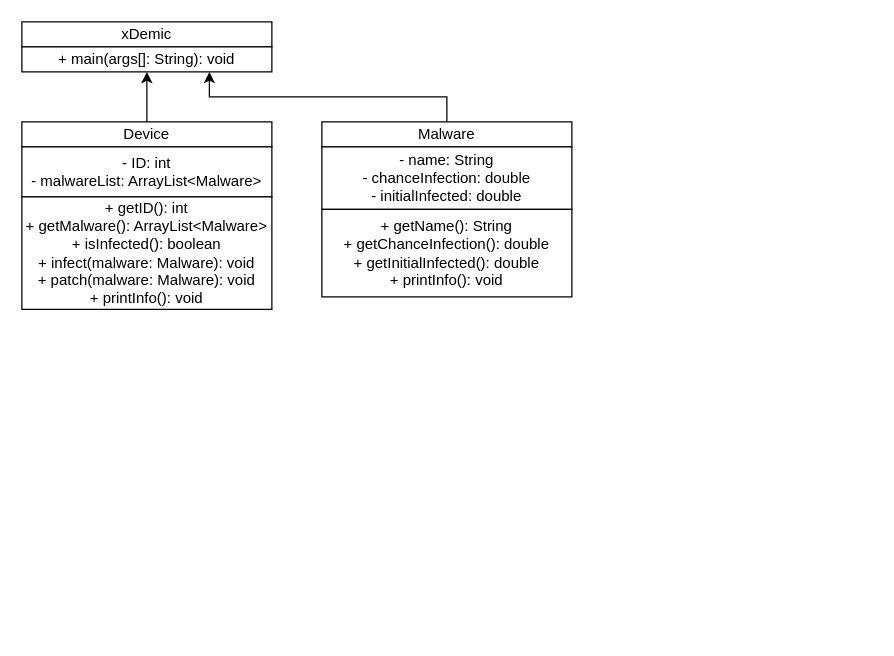
This is xDemic/doc/uml.drawio from JakobH3/xDemic, a draw.io file, before an edit. Source tidied: cells renumbered, new cells numbered last; positions are measured from the earlier drawing's top-left corner, leaving out a move shared by most shapes. Both pictures are drawn from the tidied source at 125%, with x=0, y=0 at pixel (21, 21).
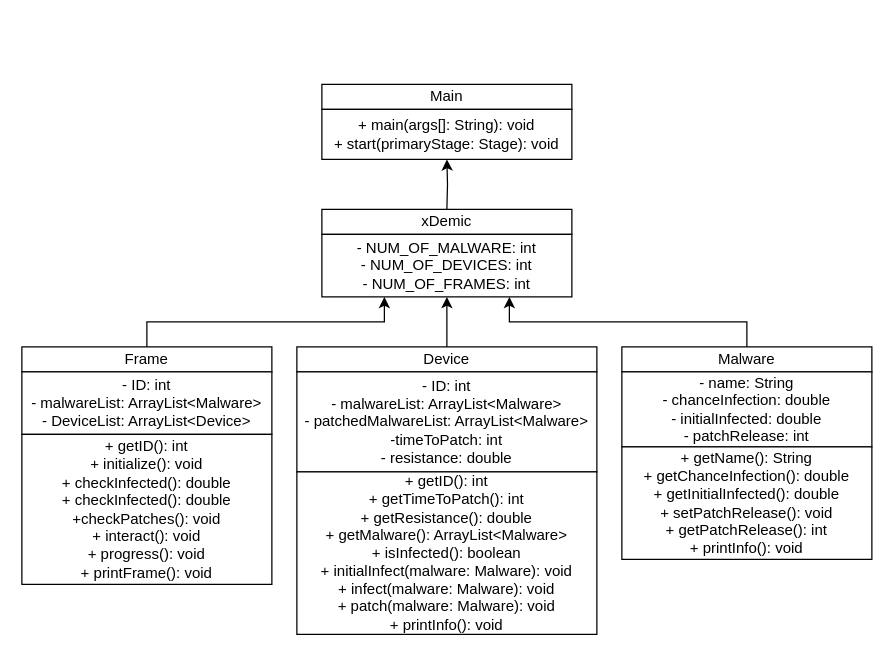
After the change.

Change to the diagram source:
```diff
@@
     <mxCell id="2" value="xDemic" style="rounded=0;whiteSpace=wrap;html=1;" parent="1" vertex="1">
-      <mxGeometry width="200" height="20" as="geometry" />
+      <mxGeometry x="240" y="150" width="200" height="20" as="geometry" />
     </mxCell>
-    <mxCell id="3" value="+ main(args[]: String): void" style="rounded=0;whiteSpace=wrap;html=1;" parent="1" vertex="1">
-      <mxGeometry y="20" width="200" height="20" as="geometry" />
+    <mxCell id="3" value="- NUM_OF_MALWARE: int&lt;br&gt;- NUM_OF_DEVICES: int&lt;br&gt;- NUM_OF_FRAMES: int" style="rounded=0;whiteSpace=wrap;html=1;" parent="1" vertex="1">
+      <mxGeometry x="240" y="170" width="200" height="50" as="geometry" />
     </mxCell>
-    <mxCell id="4" style="edgeStyle=orthogonalEdgeStyle;rounded=0;jettySize=auto;html=1;" parent="1" edge="1" source="5">
-      <mxGeometry relative="1" as="geometry">
-        <mxPoint x="100" y="40" as="targetPoint" />
-      </mxGeometry>
-    </mxCell>
+    <mxCell id="12" style="edgeStyle=orthogonalEdgeStyle;rounded=0;jettySize=auto;html=1;exitX=0.5;exitY=0;exitDx=0;exitDy=0;entryX=0.5;entryY=1;entryDx=0;entryDy=0;" parent="1" edge="1" source="5" target="3">
+      <mxGeometry relative="1" as="geometry" />
+    </mxCell>
     <mxCell id="5" value="Device" style="rounded=0;whiteSpace=wrap;html=1;" parent="1" vertex="1">
-      <mxGeometry y="80" width="200" height="20" as="geometry" />
+      <mxGeometry x="220" y="260" width="240" height="20" as="geometry" />
     </mxCell>
-    <mxCell id="6" value="- ID: int&lt;br&gt;- malwareList: ArrayList&amp;lt;Malware&amp;gt;" style="rounded=0;whiteSpace=wrap;html=1;" parent="1" vertex="1">
-      <mxGeometry y="100" width="200" height="40" as="geometry" />
+    <mxCell id="6" value="- ID: int&lt;br&gt;- malwareList: ArrayList&amp;lt;Malware&amp;gt;&lt;br&gt;- patchedMalwareList: ArrayList&amp;lt;Malware&amp;gt;&lt;br&gt;-timeToPatch: int&lt;br&gt;- resistance: double" style="rounded=0;whiteSpace=wrap;html=1;" parent="1" vertex="1">
+      <mxGeometry x="220" y="280" width="240" height="80" as="geometry" />
     </mxCell>
-    <mxCell id="7" value="+ getID(): int&lt;br&gt;+ getMalware(): ArrayList&amp;lt;Malware&amp;gt;&lt;br&gt;+ isInfected(): boolean&lt;br&gt;+ infect(malware: Malware): void&lt;br&gt;+ patch(malware: Malware): void&lt;br&gt;+ printInfo(): void" style="rounded=0;whiteSpace=wrap;html=1;" parent="1" vertex="1">
-      <mxGeometry y="140" width="200" height="90" as="geometry" />
+    <mxCell id="7" value="+ getID(): int&lt;br&gt;+ getTimeToPatch(): int&lt;br&gt;+ getResistance(): double&lt;br&gt;+ getMalware(): ArrayList&amp;lt;Malware&amp;gt;&lt;br&gt;+ isInfected(): boolean&lt;br&gt;+ initialInfect(malware: Malware): void&lt;br&gt;+ infect(malware: Malware): void&lt;br&gt;+ patch(malware: Malware): void&lt;br&gt;+ printInfo(): void" style="rounded=0;whiteSpace=wrap;html=1;" parent="1" vertex="1">
+      <mxGeometry x="220" y="360" width="240" height="130" as="geometry" />
     </mxCell>
     <mxCell id="8" style="edgeStyle=orthogonalEdgeStyle;rounded=0;jettySize=auto;html=1;entryX=0.75;entryY=1;entryDx=0;entryDy=0;" parent="1" edge="1" source="9" target="3">
       <mxGeometry relative="1" as="geometry">
         <Array as="points">
-          <mxPoint x="340" y="60" />
-          <mxPoint x="150" y="60" />
+          <mxPoint x="580" y="240" />
+          <mxPoint x="390" y="240" />
         </Array>
       </mxGeometry>
     </mxCell>
     <mxCell id="9" value="Malware" style="rounded=0;whiteSpace=wrap;html=1;" parent="1" vertex="1">
-      <mxGeometry x="240" y="80" width="200" height="20" as="geometry" />
+      <mxGeometry x="480" y="260" width="200" height="20" as="geometry" />
     </mxCell>
-    <mxCell id="10" value="- name: String&lt;br&gt;- chanceInfection: double&lt;br&gt;- initialInfected: double" style="rounded=0;whiteSpace=wrap;html=1;" parent="1" vertex="1">
-      <mxGeometry x="240" y="100" width="200" height="50" as="geometry" />
+    <mxCell id="10" value="- name: String&lt;br&gt;- chanceInfection: double&lt;br&gt;- initialInfected: double&lt;br&gt;- patchRelease: int" style="rounded=0;whiteSpace=wrap;html=1;" parent="1" vertex="1">
+      <mxGeometry x="480" y="280" width="200" height="60" as="geometry" />
     </mxCell>
-    <mxCell id="11" value="+ getName(): String&lt;br&gt;+ getChanceInfection(): double&lt;br&gt;+ getInitialInfected(): double&lt;br&gt;+ printInfo(): void" style="rounded=0;whiteSpace=wrap;html=1;" parent="1" vertex="1">
-      <mxGeometry x="240" y="150" width="200" height="70" as="geometry" />
+    <mxCell id="11" value="+ getName(): String&lt;br&gt;+ getChanceInfection(): double&lt;br&gt;+ getInitialInfected(): double&lt;br&gt;+ setPatchRelease(): void&lt;br&gt;+ getPatchRelease(): int&lt;br&gt;+ printInfo(): void" style="rounded=0;whiteSpace=wrap;html=1;" parent="1" vertex="1">
+      <mxGeometry x="480" y="340" width="200" height="90" as="geometry" />
     </mxCell>
+    <mxCell id="13" value="Main" style="rounded=0;whiteSpace=wrap;html=1;" parent="1" vertex="1">
+      <mxGeometry x="240" y="50" width="200" height="20" as="geometry" />
+    </mxCell>
+    <mxCell id="14" style="edgeStyle=orthogonalEdgeStyle;rounded=0;jettySize=auto;html=1;" parent="1" edge="1" target="15">
+      <mxGeometry relative="1" as="geometry">
+        <mxPoint x="340" y="150" as="sourcePoint" />
+      </mxGeometry>
+    </mxCell>
+    <mxCell id="15" value="+ main(args[]: String): void&lt;br&gt;+ start(primaryStage: Stage): void" style="rounded=0;whiteSpace=wrap;html=1;" parent="1" vertex="1">
+      <mxGeometry x="240" y="70" width="200" height="40" as="geometry" />
+    </mxCell>
+    <mxCell id="16" style="edgeStyle=orthogonalEdgeStyle;rounded=0;jettySize=auto;html=1;exitX=0.5;exitY=0;exitDx=0;exitDy=0;entryX=0.25;entryY=1;entryDx=0;entryDy=0;" parent="1" edge="1" source="17" target="3">
+      <mxGeometry relative="1" as="geometry" />
+    </mxCell>
+    <mxCell id="17" value="Frame" style="rounded=0;whiteSpace=wrap;html=1;" parent="1" vertex="1">
+      <mxGeometry y="260" width="200" height="20" as="geometry" />
+    </mxCell>
+    <mxCell id="18" value="- ID: int&lt;br&gt;- malwareList: ArrayList&amp;lt;Malware&amp;gt;&lt;br&gt;- DeviceList: ArrayList&amp;lt;Device&amp;gt;" style="rounded=0;whiteSpace=wrap;html=1;" parent="1" vertex="1">
+      <mxGeometry y="280" width="200" height="50" as="geometry" />
+    </mxCell>
+    <mxCell id="19" value="+ getID(): int&lt;br&gt;+ initialize(): void&lt;br&gt;+ checkInfected(): double&lt;br&gt;+ checkInfected(): double&lt;br&gt;+checkPatches(): void&lt;br&gt;+ interact(): void&lt;br&gt;+ progress(): void&lt;br&gt;+ printFrame(): void" style="rounded=0;whiteSpace=wrap;html=1;" parent="1" vertex="1">
+      <mxGeometry y="330" width="200" height="120" as="geometry" />
+    </mxCell>
```
